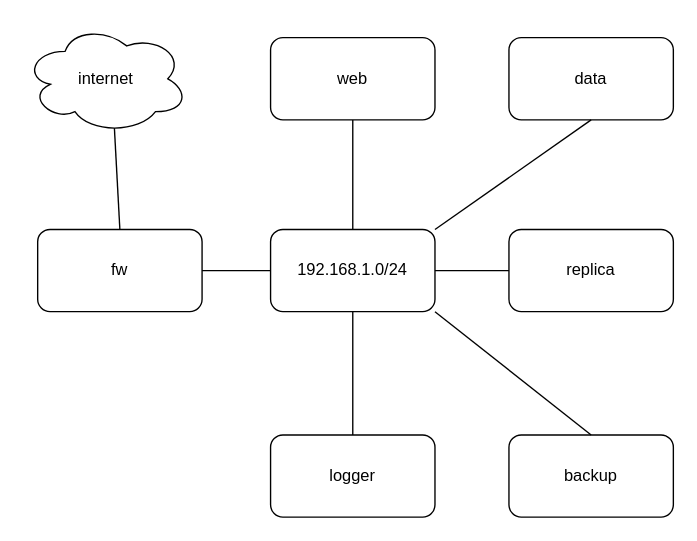
This is infra.drawio from SergSha/project, a draw.io file, before an edit. Source tidied: cells renumbered, new cells numbered last; positions are measured from the earlier drawing's top-left corner, leaving out a move shared by most shapes. Both pictures are drawn from the tidied source at 137%, with x=0, y=0 at pixel (23, 23).
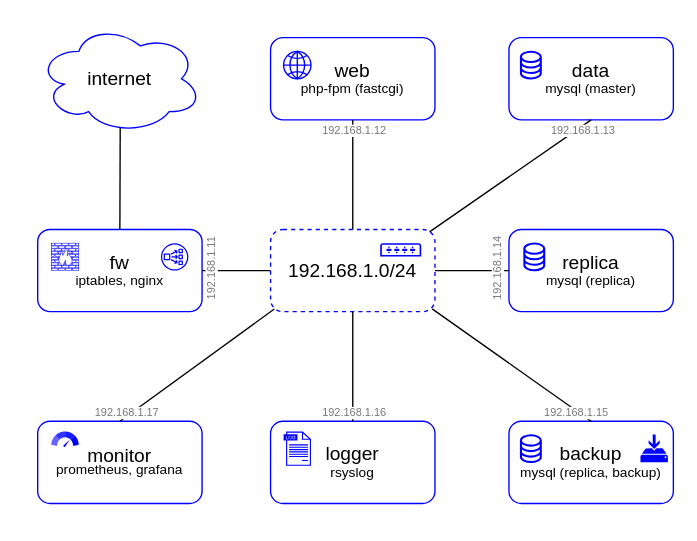
Above is the later version.

Unchanged cells that the change refers to:
```xml
<mxCell id="11" style="endArrow=none;html=1;rounded=0;entryX=1;entryY=0.5;entryDx=0;entryDy=0;exitX=0;exitY=0.5;exitDx=0;exitDy=0;" parent="1" edge="1" source="2" target="4">
  <mxGeometry relative="1" as="geometry" />
</mxCell>
<mxCell id="14" style="endArrow=none;html=1;rounded=0;exitX=1;exitY=0.5;exitDx=0;exitDy=0;entryX=0;entryY=0.5;entryDx=0;entryDy=0;" parent="1" edge="1" source="2" target="3">
  <mxGeometry relative="1" as="geometry" />
</mxCell>
<mxCell id="15" style="endArrow=none;html=1;rounded=0;entryX=0.5;entryY=1;entryDx=0;entryDy=0;exitX=0.5;exitY=0;exitDx=0;exitDy=0;" parent="1" edge="1" source="5" target="2">
  <mxGeometry relative="1" as="geometry" />
</mxCell>
```

What changed in the source:
```diff
@@
-    <mxCell id="2" value="192.168.1.0/24" style="rounded=1;whiteSpace=wrap;html=1;" parent="1" vertex="1">
+    <mxCell id="2" value="&lt;font style=&quot;font-size: 14px;&quot;&gt;192.168.1.0/24&lt;/font&gt;" style="rounded=1;whiteSpace=wrap;html=1;strokeColor=#0000FF;dashed=1;" parent="1" vertex="1">
       <mxGeometry x="180" y="150" width="120" height="60" as="geometry" />
     </mxCell>
-    <mxCell id="3" value="replica" style="rounded=1;whiteSpace=wrap;html=1;" parent="1" vertex="1">
+    <mxCell id="3" value="&lt;p style=&quot;line-height: 100%;&quot;&gt;&lt;font style=&quot;font-size: 14px;&quot;&gt;replica&lt;/font&gt;&lt;br&gt;&lt;font style=&quot;font-size: 10px;&quot;&gt;mysql (replica)&lt;/font&gt;&lt;br&gt;&lt;/p&gt;" style="rounded=1;whiteSpace=wrap;html=1;strokeColor=#0000FF;" parent="1" vertex="1">
       <mxGeometry x="354" y="150" width="120" height="60" as="geometry" />
     </mxCell>
-    <mxCell id="4" value="fw" style="rounded=1;whiteSpace=wrap;html=1;" parent="1" vertex="1">
+    <mxCell id="4" value="&lt;p style=&quot;line-height: 100%;&quot;&gt;&lt;font style=&quot;font-size: 14px;&quot;&gt;fw&lt;/font&gt;&lt;br&gt;&lt;font style=&quot;font-size: 10px;&quot;&gt;iptables, nginx&lt;/font&gt;&lt;br&gt;&lt;/p&gt;" style="rounded=1;whiteSpace=wrap;html=1;strokeColor=#0000FF;" parent="1" vertex="1">
       <mxGeometry x="10" y="150" width="120" height="60" as="geometry" />
     </mxCell>
-    <mxCell id="5" value="logger" style="rounded=1;whiteSpace=wrap;html=1;" parent="1" vertex="1">
-      <mxGeometry x="180" y="300" width="120" height="60" as="geometry" />
+    <mxCell id="5" value="&lt;p style=&quot;line-height: 100%;&quot;&gt;&lt;font style=&quot;font-size: 14px;&quot;&gt;logger&lt;/font&gt;&lt;br&gt;&lt;font style=&quot;font-size: 10px;&quot;&gt;rsyslog&lt;/font&gt;&lt;br&gt;&lt;/p&gt;" style="rounded=1;whiteSpace=wrap;html=1;strokeColor=#0000FF;" parent="1" vertex="1">
+      <mxGeometry x="180" y="290" width="120" height="60" as="geometry" />
     </mxCell>
-    <mxCell id="6" value="web" style="rounded=1;whiteSpace=wrap;html=1;" parent="1" vertex="1">
+    <mxCell id="6" value="&lt;p style=&quot;line-height: 100%;&quot;&gt;&lt;font style=&quot;font-size: 14px;&quot;&gt;web&lt;/font&gt;&lt;br&gt;&lt;font style=&quot;font-size: 10px;&quot;&gt;php-fpm (fastcgi)&lt;/font&gt;&lt;/p&gt;" style="rounded=1;whiteSpace=wrap;html=1;strokeColor=#0000FF;" parent="1" vertex="1">
       <mxGeometry x="180" y="10" width="120" height="60" as="geometry" />
     </mxCell>
-    <mxCell id="7" value="data" style="rounded=1;whiteSpace=wrap;html=1;" parent="1" vertex="1">
+    <mxCell id="7" value="&lt;p style=&quot;line-height: 100%;&quot;&gt;&lt;font style=&quot;font-size: 14px;&quot;&gt;data&lt;/font&gt;&lt;br&gt;&lt;font style=&quot;font-size: 10px;&quot;&gt;mysql (master)&lt;/font&gt;&lt;/p&gt;" style="rounded=1;whiteSpace=wrap;html=1;strokeColor=#0000FF;" parent="1" vertex="1">
       <mxGeometry x="354" y="10" width="120" height="60" as="geometry" />
     </mxCell>
-    <mxCell id="8" value="backup" style="rounded=1;whiteSpace=wrap;html=1;" parent="1" vertex="1">
-      <mxGeometry x="354" y="300" width="120" height="60" as="geometry" />
+    <mxCell id="8" value="&lt;p style=&quot;line-height: 100%;&quot;&gt;&lt;font style=&quot;font-size: 14px;&quot;&gt;backup&lt;/font&gt;&lt;br&gt;&lt;font style=&quot;font-size: 10px;&quot;&gt;mysql (replica, backup)&lt;/font&gt;&lt;br&gt;&lt;/p&gt;" style="rounded=1;whiteSpace=wrap;html=1;strokeColor=#0000FF;" parent="1" vertex="1">
+      <mxGeometry x="354" y="290" width="120" height="60" as="geometry" />
     </mxCell>
-    <mxCell id="9" value="internet" style="ellipse;shape=cloud;whiteSpace=wrap;html=1;" parent="1" vertex="1">
-      <mxGeometry width="120" height="80" as="geometry" />
+    <mxCell id="9" value="&lt;font style=&quot;font-size: 14px;&quot;&gt;internet&lt;/font&gt;" style="ellipse;shape=cloud;whiteSpace=wrap;html=1;strokeColor=#0000FF;strokeWidth=1;" parent="1" vertex="1">
+      <mxGeometry x="10" width="120" height="80" as="geometry" />
     </mxCell>
-    <mxCell id="10" style="endArrow=none;html=1;rounded=0;exitX=0.5;exitY=0;exitDx=0;exitDy=0;entryX=0.55;entryY=0.95;entryDx=0;entryDy=0;entryPerimeter=0;" parent="1" edge="1" source="4" target="9">
+    <mxCell id="10" style="endArrow=none;html=1;rounded=0;exitX=0.5;exitY=0;exitDx=0;exitDy=0;entryX=0.502;entryY=0.948;entryDx=0;entryDy=0;entryPerimeter=0;" parent="1" edge="1" source="4" target="9">
       <mxGeometry relative="1" as="geometry" />
     </mxCell>
@@
+    <mxCell id="17" value="192.168.1.11" style="edgeLabel;html=1;align=center;verticalAlign=middle;fontSize=8;fontColor=#777777;horizontal=0;" parent="11" vertex="1">
+      <mxGeometry x="0.69" relative="1" as="geometry">
+        <mxPoint x="-2" as="offset" />
+      </mxGeometry>
+    </mxCell>
-    <mxCell id="12" style="endArrow=none;html=1;rounded=0;entryX=0.5;entryY=1;entryDx=0;entryDy=0;" parent="1" edge="1" source="2" target="6">
+    <mxCell id="12" style="endArrow=none;html=1;rounded=0;entryX=0.5;entryY=1;entryDx=0;entryDy=0;exitX=0.5;exitY=0;exitDx=0;exitDy=0;" parent="1" edge="1" source="2" target="6">
       <mxGeometry relative="1" as="geometry" />
     </mxCell>
+    <mxCell id="18" value="192.168.1.12" style="edgeLabel;html=1;align=center;verticalAlign=middle;fontSize=8;fontColor=#777777;" parent="12" vertex="1">
+      <mxGeometry x="0.82" relative="1" as="geometry" />
+    </mxCell>
-    <mxCell id="13" style="endArrow=none;html=1;rounded=0;entryX=0.5;entryY=1;entryDx=0;entryDy=0;exitX=1;exitY=0;exitDx=0;exitDy=0;" parent="1" edge="1" source="2" target="7">
+    <mxCell id="13" style="endArrow=none;html=1;rounded=0;entryX=0.5;entryY=1;entryDx=0;entryDy=0;exitX=0.967;exitY=0.029;exitDx=0;exitDy=0;exitPerimeter=0;" parent="1" edge="1" source="2" target="7">
       <mxGeometry relative="1" as="geometry" />
     </mxCell>
+    <mxCell id="19" value="192.168.1.13" style="edgeLabel;html=1;align=center;verticalAlign=middle;fontSize=8;fontColor=#777777;" parent="13" vertex="1">
+      <mxGeometry x="0.73" relative="1" as="geometry">
+        <mxPoint x="10" y="-4" as="offset" />
+      </mxGeometry>
+    </mxCell>
@@
+    <mxCell id="20" value="192.168.1.14" style="edgeLabel;html=1;align=center;verticalAlign=middle;fontSize=8;fontColor=#777777;horizontal=0;" parent="14" vertex="1">
+      <mxGeometry x="0.61" relative="1" as="geometry">
+        <mxPoint x="2" as="offset" />
+      </mxGeometry>
+    </mxCell>
@@
+    <mxCell id="21" value="192.168.1.16" style="edgeLabel;html=1;align=center;verticalAlign=middle;fontSize=8;fontColor=#777777;" parent="15" vertex="1">
+      <mxGeometry x="-0.78" relative="1" as="geometry">
+        <mxPoint y="2" as="offset" />
+      </mxGeometry>
+    </mxCell>
-    <mxCell id="16" style="endArrow=none;html=1;rounded=0;exitX=0.5;exitY=0;exitDx=0;exitDy=0;entryX=1;entryY=1;entryDx=0;entryDy=0;" parent="1" edge="1" source="8" target="2">
+    <mxCell id="16" style="endArrow=none;html=1;rounded=0;exitX=0.5;exitY=0;exitDx=0;exitDy=0;entryX=0.983;entryY=0.966;entryDx=0;entryDy=0;entryPerimeter=0;" parent="1" edge="1" source="8" target="2">
       <mxGeometry relative="1" as="geometry" />
     </mxCell>
+    <mxCell id="22" value="192.168.1.15" style="edgeLabel;html=1;align=center;verticalAlign=middle;fontSize=8;fontColor=#777777;" parent="16" vertex="1">
+      <mxGeometry x="-0.82" y="1" relative="1" as="geometry" />
+    </mxCell>
+    <mxCell id="23" value="&lt;p style=&quot;line-height: 100%;&quot;&gt;&lt;font style=&quot;&quot;&gt;&lt;font style=&quot;font-size: 14px;&quot;&gt;monitor&lt;/font&gt;&lt;br&gt;&lt;font style=&quot;font-size: 10px;&quot;&gt;prometheus, grafana&lt;/font&gt;&lt;br&gt;&lt;/font&gt;&lt;/p&gt;" style="rounded=1;whiteSpace=wrap;html=1;strokeColor=#0000FF;fontSize=8;" parent="1" vertex="1">
+      <mxGeometry x="10" y="290" width="120" height="60" as="geometry" />
+    </mxCell>
+    <mxCell id="24" style="endArrow=none;html=1;rounded=0;fontSize=8;exitX=0.5;exitY=0;exitDx=0;exitDy=0;entryX=0.023;entryY=0.967;entryDx=0;entryDy=0;entryPerimeter=0;" parent="1" edge="1" source="23" target="2">
+      <mxGeometry relative="1" as="geometry" />
+    </mxCell>
+    <mxCell id="25" value="&lt;font color=&quot;#777777&quot;&gt;192.168.1.17&lt;/font&gt;" style="edgeLabel;html=1;align=center;verticalAlign=middle;fontSize=8;" parent="24" vertex="1">
+      <mxGeometry x="-0.42" relative="1" as="geometry">
+        <mxPoint x="-28" y="17" as="offset" />
+      </mxGeometry>
+    </mxCell>
+    <mxCell id="26" style="fontColor=#0066CC;verticalAlign=top;verticalLabelPosition=bottom;labelPosition=center;align=center;html=1;fillColor=#FFFFFF;strokeColor=#0000FF;gradientColor=none;gradientDirection=north;strokeWidth=2;shape=mxgraph.networks.firewall;fontSize=14;" parent="1" vertex="1">
+      <mxGeometry x="20" y="160" width="20" height="20" as="geometry" />
+    </mxCell>
+    <mxCell id="27" style="html=1;verticalLabelPosition=bottom;align=center;labelBackgroundColor=#ffffff;verticalAlign=top;strokeWidth=1;strokeColor=#0000FF;shadow=0;dashed=0;shape=mxgraph.ios7.icons.globe;fontSize=14;fontColor=#777777;fillColor=#FFFFFF;" parent="1" vertex="1">
+      <mxGeometry x="189.5" y="20" width="20" height="20" as="geometry" />
+    </mxCell>
+    <mxCell id="28" style="sketch=0;shadow=0;dashed=0;html=1;strokeColor=none;fillColor=#0000FF;labelPosition=center;verticalLabelPosition=bottom;verticalAlign=top;align=center;shape=mxgraph.vvd.log_files;fillStyle=auto;strokeWidth=1;fontSize=14;fontColor=#777777;" parent="1" vertex="1">
+      <mxGeometry x="189.5" y="297.5" width="20" height="25" as="geometry" />
+    </mxCell>
+    <mxCell id="29" style="sketch=0;html=1;strokeColor=none;shadow=0;align=center;verticalAlign=top;fillColor=#0000FF;shape=mxgraph.gcp2.speed;fillStyle=auto;strokeWidth=1;fontSize=14;fontColor=#777777;" parent="1" vertex="1">
+      <mxGeometry x="20" y="297.5" width="20" height="11.4" as="geometry" />
+    </mxCell>
+    <mxCell id="30" style="sketch=0;shadow=0;dashed=0;html=1;strokeColor=none;fillColor=#0000FF;labelPosition=center;verticalLabelPosition=bottom;verticalAlign=top;align=center;shape=mxgraph.office.devices.switch;fillStyle=auto;strokeWidth=1;fontSize=14;fontColor=#777777;" parent="1" vertex="1">
+      <mxGeometry x="260" y="160" width="30" height="9.8" as="geometry" />
+    </mxCell>
+    <mxCell id="31" style="sketch=0;shadow=0;dashed=0;html=1;strokeColor=#0000FF;fillColor=default;labelPosition=center;verticalLabelPosition=bottom;verticalAlign=top;align=center;shape=mxgraph.vvd.storage;fillStyle=auto;strokeWidth=1;fontSize=14;fontColor=#777777;" parent="1" vertex="1">
+      <mxGeometry x="365" y="160" width="15" height="20" as="geometry" />
+    </mxCell>
+    <mxCell id="32" style="sketch=0;shadow=0;dashed=0;html=1;strokeColor=#0000FF;fillColor=default;labelPosition=center;verticalLabelPosition=bottom;verticalAlign=top;align=center;shape=mxgraph.vvd.storage;fillStyle=auto;strokeWidth=1;fontSize=14;fontColor=#777777;" parent="1" vertex="1">
+      <mxGeometry x="362.5" y="300" width="15" height="20" as="geometry" />
+    </mxCell>
+    <mxCell id="33" style="sketch=0;shadow=0;dashed=0;html=1;strokeColor=#0000FF;fillColor=default;labelPosition=center;verticalLabelPosition=bottom;verticalAlign=top;align=center;shape=mxgraph.vvd.storage;fillStyle=auto;strokeWidth=1;fontSize=14;fontColor=#777777;" parent="1" vertex="1">
+      <mxGeometry x="362.5" y="20" width="15" height="20" as="geometry" />
+    </mxCell>
+    <mxCell id="34" style="sketch=0;fontColor=#232F3E;gradientColor=none;fillColor=#0000FF;strokeColor=none;dashed=0;verticalLabelPosition=bottom;verticalAlign=top;align=center;html=1;fontSize=12;fontStyle=0;shape=mxgraph.aws4.network_load_balancer;shadow=0;fillStyle=auto;strokeWidth=1;" parent="1" vertex="1">
+      <mxGeometry x="100" y="160" width="20" height="20" as="geometry" />
+    </mxCell>
+    <mxCell id="35" style="sketch=0;shadow=0;dashed=0;html=1;strokeColor=none;labelPosition=center;verticalLabelPosition=bottom;verticalAlign=top;align=center;fillColor=#0000FF;shape=mxgraph.mscae.enterprise.backup_local;fillStyle=auto;strokeWidth=1;fontSize=10;fontColor=#777777;" parent="1" vertex="1">
+      <mxGeometry x="450" y="299.6" width="20" height="20.4" as="geometry" />
+    </mxCell>
```
